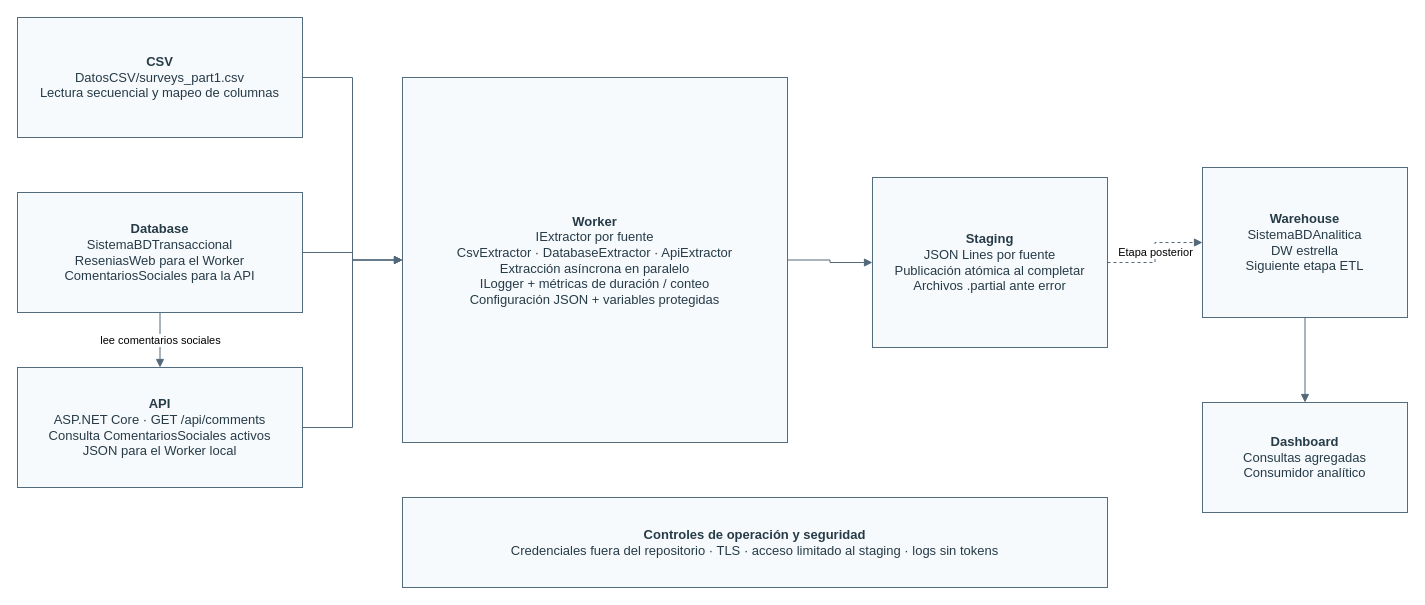
Before: page "Arquitectura" (1 of 2) of Arquitectura_Extraccion/Arquitectura_y_Flujo.drawio in Elmanueld/sistema-analisis-opiniones-etl, a draw.io diagram. Source tidied: cells renumbered, new cells numbered last; positions are measured from the earlier drawing's top-left corner, leaving out a move shared by most shapes. Both pictures are drawn from the tidied source at 100%, with x=0, y=0 at pixel (17, 17).
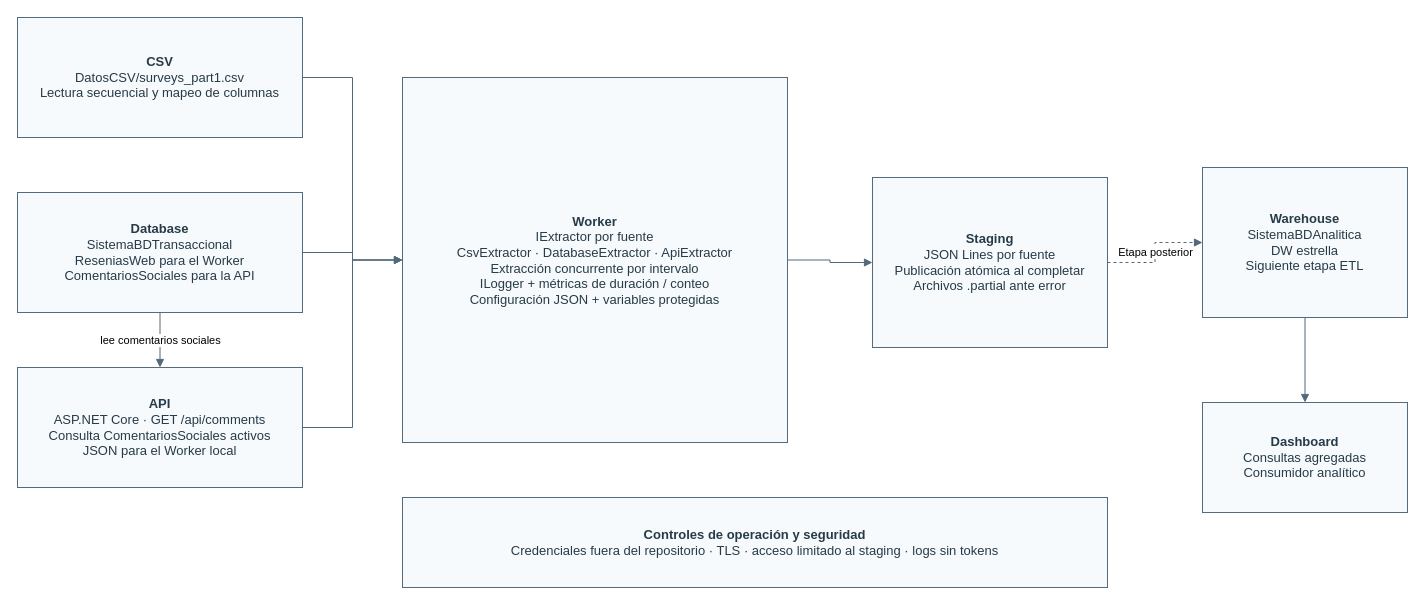
After the change.

What changed in the source:
```diff
@@
 <mxGraphModel>
   <root>
     <mxCell id="0" />
     <mxCell id="1" parent="0" />
     <mxCell id="2" style="edgeStyle=orthogonalEdgeStyle;rounded=0;jettySize=auto;html=1;endArrow=block;endFill=1;strokeColor=#53697A;fontSize=11;" parent="1" edge="1" source="9" target="12">
       <mxGeometry relative="1" as="geometry" />
     </mxCell>
     <mxCell id="3" style="edgeStyle=orthogonalEdgeStyle;rounded=0;jettySize=auto;html=1;endArrow=block;endFill=1;strokeColor=#53697A;fontSize=11;" parent="1" edge="1" source="10" target="12">
       <mxGeometry relative="1" as="geometry" />
     </mxCell>
     <mxCell id="4" value="lee comentarios sociales" style="edgeStyle=orthogonalEdgeStyle;rounded=0;jettySize=auto;html=1;endArrow=block;endFill=1;strokeColor=#53697A;fontSize=11;" parent="1" edge="1" source="10" target="11">
       <mxGeometry relative="1" as="geometry" />
     </mxCell>
     <mxCell id="5" style="edgeStyle=orthogonalEdgeStyle;rounded=0;jettySize=auto;html=1;endArrow=block;endFill=1;strokeColor=#53697A;fontSize=11;" parent="1" edge="1" source="11" target="12">
       <mxGeometry relative="1" as="geometry" />
     </mxCell>
     <mxCell id="6" style="edgeStyle=orthogonalEdgeStyle;rounded=0;jettySize=auto;html=1;endArrow=block;endFill=1;strokeColor=#53697A;fontSize=11;" parent="1" edge="1" source="12" target="13">
       <mxGeometry relative="1" as="geometry" />
     </mxCell>
     <mxCell id="7" value="Etapa posterior" style="edgeStyle=orthogonalEdgeStyle;rounded=0;jettySize=auto;html=1;endArrow=block;endFill=1;strokeColor=#53697A;fontSize=11;dashed=1;" parent="1" edge="1" source="13" target="14">
       <mxGeometry relative="1" as="geometry" />
     </mxCell>
     <mxCell id="8" style="edgeStyle=orthogonalEdgeStyle;rounded=0;jettySize=auto;html=1;endArrow=block;endFill=1;strokeColor=#53697A;fontSize=11;" parent="1" edge="1" source="14" target="15">
       <mxGeometry relative="1" as="geometry" />
     </mxCell>
     <mxCell id="9" value="&lt;b&gt;CSV&lt;/b&gt;&lt;br&gt;DatosCSV/surveys_part1.csv&lt;br&gt;Lectura secuencial y mapeo de columnas" style="rounded=0;whiteSpace=wrap;html=1;align=center;verticalAlign=middle;fillColor=#F7FAFC;strokeColor=#526B7D;fontColor=#263B48;fontSize=13;spacing=8;" parent="1" vertex="1">
       <mxGeometry width="285" height="120" as="geometry" />
     </mxCell>
     <mxCell id="10" value="&lt;b&gt;Database&lt;/b&gt;&lt;br&gt;SistemaBDTransaccional&lt;br&gt;ReseniasWeb para el Worker&lt;br&gt;ComentariosSociales para la API" style="rounded=0;whiteSpace=wrap;html=1;align=center;verticalAlign=middle;fillColor=#F7FAFC;strokeColor=#526B7D;fontColor=#263B48;fontSize=13;spacing=8;" parent="1" vertex="1">
       <mxGeometry y="175" width="285" height="120" as="geometry" />
     </mxCell>
     <mxCell id="11" value="&lt;b&gt;API&lt;/b&gt;&lt;br&gt;ASP.NET Core · GET /api/comments&lt;br&gt;Consulta ComentariosSociales activos&lt;br&gt;JSON para el Worker local" style="rounded=0;whiteSpace=wrap;html=1;align=center;verticalAlign=middle;fillColor=#F7FAFC;strokeColor=#526B7D;fontColor=#263B48;fontSize=13;spacing=8;" parent="1" vertex="1">
       <mxGeometry y="350" width="285" height="120" as="geometry" />
     </mxCell>
-    <mxCell id="12" value="&lt;b&gt;Worker&lt;/b&gt;&lt;br&gt;IExtractor por fuente&lt;br&gt;CsvExtractor · DatabaseExtractor · ApiExtractor&lt;br&gt;Extracción asíncrona en paralelo&lt;br&gt;ILogger + métricas de duración / conteo&lt;br&gt;Configuración JSON + variables protegidas" style="rounded=0;whiteSpace=wrap;html=1;align=center;verticalAlign=middle;fillColor=#F7FAFC;strokeColor=#526B7D;fontColor=#263B48;fontSize=13;spacing=8;" parent="1" vertex="1">
+    <mxCell id="12" value="&lt;b&gt;Worker&lt;/b&gt;&lt;br&gt;IExtractor por fuente&lt;br&gt;CsvExtractor · DatabaseExtractor · ApiExtractor&lt;br&gt;Extracción concurrente por intervalo&lt;br&gt;ILogger + métricas de duración / conteo&lt;br&gt;Configuración JSON + variables protegidas" style="rounded=0;whiteSpace=wrap;html=1;align=center;verticalAlign=middle;fillColor=#F7FAFC;strokeColor=#526B7D;fontColor=#263B48;fontSize=13;spacing=8;" parent="1" vertex="1">
       <mxGeometry x="385" y="60" width="385" height="365" as="geometry" />
     </mxCell>
     <mxCell id="13" value="&lt;b&gt;Staging&lt;/b&gt;&lt;br&gt;JSON Lines por fuente&lt;br&gt;Publicación atómica al completar&lt;br&gt;Archivos .partial ante error" style="rounded=0;whiteSpace=wrap;html=1;align=center;verticalAlign=middle;fillColor=#F7FAFC;strokeColor=#526B7D;fontColor=#263B48;fontSize=13;spacing=8;" parent="1" vertex="1">
       <mxGeometry x="855" y="160" width="235" height="170" as="geometry" />
     </mxCell>
     <mxCell id="14" value="&lt;b&gt;Warehouse&lt;/b&gt;&lt;br&gt;SistemaBDAnalitica&lt;br&gt;DW estrella&lt;br&gt;Siguiente etapa ETL" style="rounded=0;whiteSpace=wrap;html=1;align=center;verticalAlign=middle;fillColor=#F7FAFC;strokeColor=#526B7D;fontColor=#263B48;fontSize=13;spacing=8;" parent="1" vertex="1">
       <mxGeometry x="1185" y="150" width="205" height="150" as="geometry" />
     </mxCell>
     <mxCell id="15" value="&lt;b&gt;Dashboard&lt;/b&gt;&lt;br&gt;Consultas agregadas&lt;br&gt;Consumidor analítico" style="rounded=0;whiteSpace=wrap;html=1;align=center;verticalAlign=middle;fillColor=#F7FAFC;strokeColor=#526B7D;fontColor=#263B48;fontSize=13;spacing=8;" parent="1" vertex="1">
       <mxGeometry x="1185" y="385" width="205" height="110" as="geometry" />
     </mxCell>
     <mxCell id="16" value="&lt;b&gt;Controles de operación y seguridad&lt;/b&gt;&lt;br&gt;Credenciales fuera del repositorio · TLS · acceso limitado al staging · logs sin tokens" style="rounded=0;whiteSpace=wrap;html=1;align=center;verticalAlign=middle;fillColor=#F7FAFC;strokeColor=#526B7D;fontColor=#263B48;fontSize=13;spacing=8;" parent="1" vertex="1">
       <mxGeometry x="385" y="480" width="705" height="90" as="geometry" />
     </mxCell>
   </root>
 </mxGraphModel>
```
